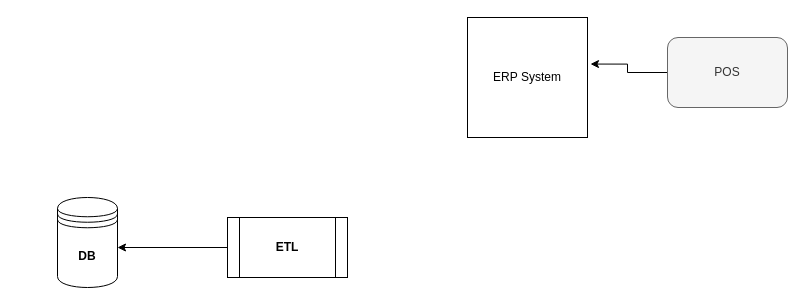
Earlier version of the draw.io diagram Sales Application Achitecture.drawio (kluz116/sales_report). Source tidied: cells renumbered, new cells numbered last; positions are measured from the earlier drawing's top-left corner, leaving out a move shared by most shapes. Both pictures are drawn from the tidied source at 100%, with x=0, y=0 at pixel (57, 17).
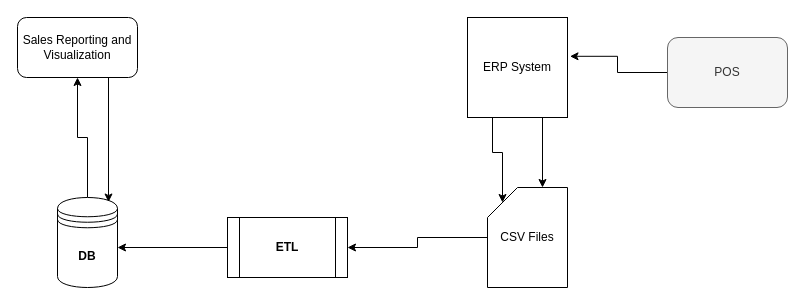
The same page after the edit.

What changed in the source:
```diff
@@
 <mxGraphModel>
   <root>
     <mxCell id="0" />
     <mxCell id="1" parent="0" />
     <mxCell id="2" style="edgeStyle=orthogonalEdgeStyle;rounded=0;jettySize=auto;html=1;entryX=1.025;entryY=0.388;entryDx=0;entryDy=0;entryPerimeter=0;" parent="1" edge="1" source="3" target="4">
       <mxGeometry relative="1" as="geometry" />
     </mxCell>
     <mxCell id="3" value="POS" style="rounded=1;whiteSpace=wrap;html=1;fillColor=#f5f5f5;strokeColor=#666666;fontColor=#333333;" parent="1" vertex="1">
       <mxGeometry x="610" y="20" width="120" height="70" as="geometry" />
     </mxCell>
+    <mxCell id="8" style="edgeStyle=orthogonalEdgeStyle;rounded=0;jettySize=auto;html=1;exitX=0.25;exitY=1;exitDx=0;exitDy=0;entryX=0;entryY=0;entryDx=15;entryDy=15;entryPerimeter=0;" parent="1" edge="1" source="4" target="14">
+      <mxGeometry relative="1" as="geometry" />
+    </mxCell>
+    <mxCell id="9" style="edgeStyle=orthogonalEdgeStyle;rounded=0;jettySize=auto;html=1;exitX=0.75;exitY=1;exitDx=0;exitDy=0;entryX=0;entryY=0;entryDx=55;entryDy=0;entryPerimeter=0;" parent="1" edge="1" source="4" target="14">
+      <mxGeometry relative="1" as="geometry" />
+    </mxCell>
     <mxCell id="4" value="ERP System" style="whiteSpace=wrap;html=1;" parent="1" vertex="1">
-      <mxGeometry x="410" width="120" height="120" as="geometry" />
+      <mxGeometry x="410" width="100" height="100" as="geometry" />
     </mxCell>
     <mxCell id="5" style="edgeStyle=orthogonalEdgeStyle;rounded=0;jettySize=auto;html=1;entryX=1;entryY=0.5;entryDx=0;entryDy=0;entryPerimeter=0;" parent="1" edge="1" source="6">
       <mxGeometry relative="1" as="geometry">
         <mxPoint x="60" y="230" as="targetPoint" />
       </mxGeometry>
     </mxCell>
     <mxCell id="6" value="&lt;b&gt;ETL&lt;/b&gt;" style="shape=process;whiteSpace=wrap;html=1;backgroundOutline=1;" parent="1" vertex="1">
       <mxGeometry x="170" y="200" width="120" height="60" as="geometry" />
     </mxCell>
+    <mxCell id="10" style="edgeStyle=orthogonalEdgeStyle;rounded=0;jettySize=auto;html=1;entryX=0.5;entryY=1;entryDx=0;entryDy=0;" parent="1" edge="1" source="7" target="12">
+      <mxGeometry relative="1" as="geometry" />
+    </mxCell>
     <mxCell id="7" value="&lt;b&gt;DB&lt;/b&gt;" style="shape=datastore;whiteSpace=wrap;html=1;" parent="1" vertex="1">
       <mxGeometry y="180" width="60" height="90" as="geometry" />
     </mxCell>
+    <mxCell id="11" style="edgeStyle=orthogonalEdgeStyle;rounded=0;jettySize=auto;html=1;exitX=0.75;exitY=1;exitDx=0;exitDy=0;entryX=0.85;entryY=0.05;entryDx=0;entryDy=0;entryPerimeter=0;" parent="1" edge="1" source="12" target="7">
+      <mxGeometry relative="1" as="geometry">
+        <Array as="points">
+          <mxPoint x="51" y="60" />
+        </Array>
+      </mxGeometry>
+    </mxCell>
+    <mxCell id="12" value="Sales Reporting and Visualization" style="rounded=1;whiteSpace=wrap;html=1;" parent="1" vertex="1">
+      <mxGeometry x="-40" width="120" height="60" as="geometry" />
+    </mxCell>
+    <mxCell id="13" style="edgeStyle=orthogonalEdgeStyle;rounded=0;jettySize=auto;html=1;" parent="1" edge="1" source="14" target="6">
+      <mxGeometry relative="1" as="geometry" />
+    </mxCell>
+    <mxCell id="14" value="CSV Files" style="shape=card;whiteSpace=wrap;html=1;" parent="1" vertex="1">
+      <mxGeometry x="430" y="170" width="80" height="100" as="geometry" />
+    </mxCell>
   </root>
 </mxGraphModel>
```
